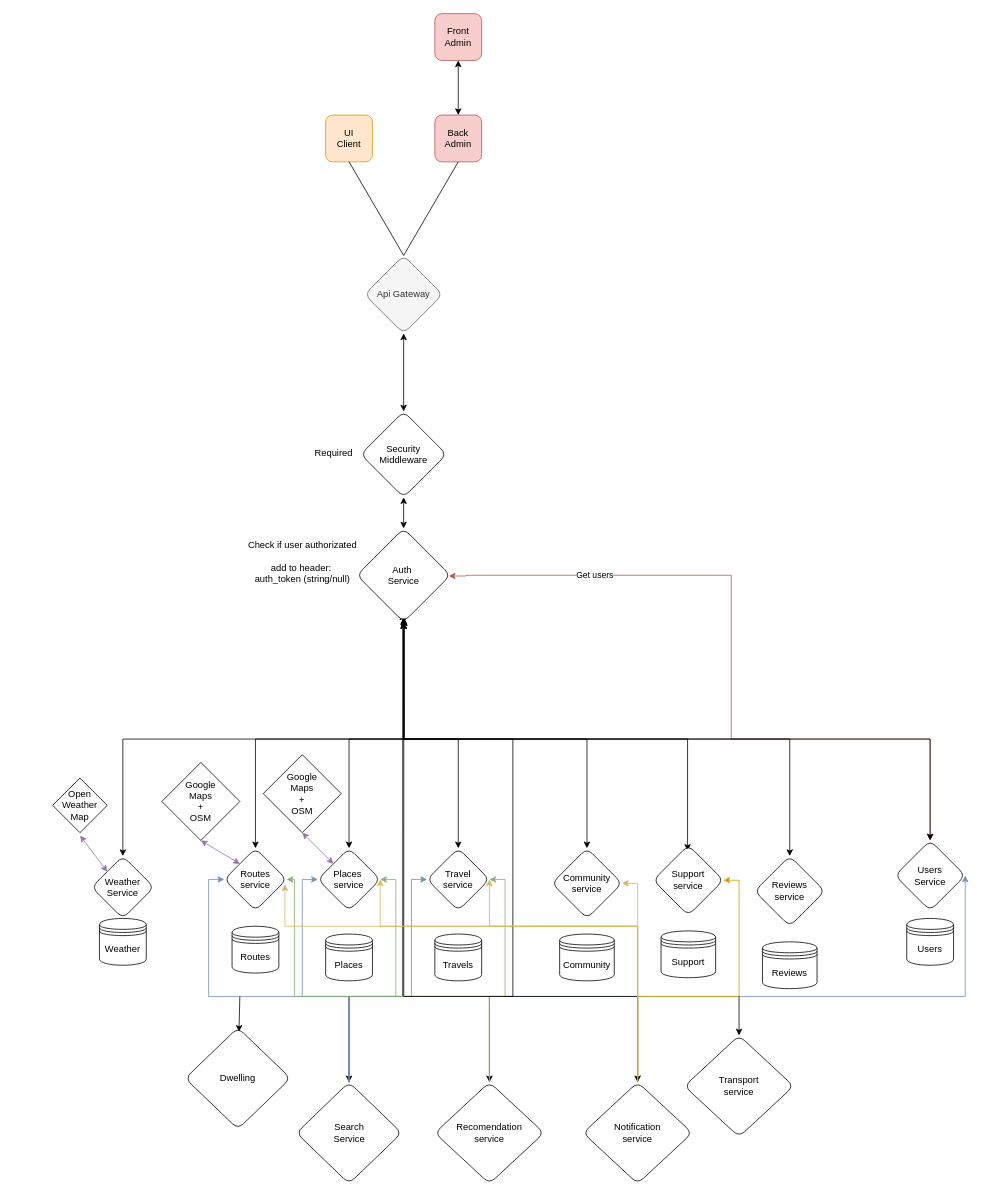
Earlier version of the draw.io diagram page "main" (1 of 2) of devStorage/ArchitectureWorldPath.drawio (AndrewVozniak/WorldPath). Source tidied: cells renumbered, new cells numbered last; positions are measured from the earlier drawing's top-left corner, leaving out a move shared by most shapes. Both pictures are drawn from the tidied source at 78%, with x=0, y=0 at pixel (13, 13).
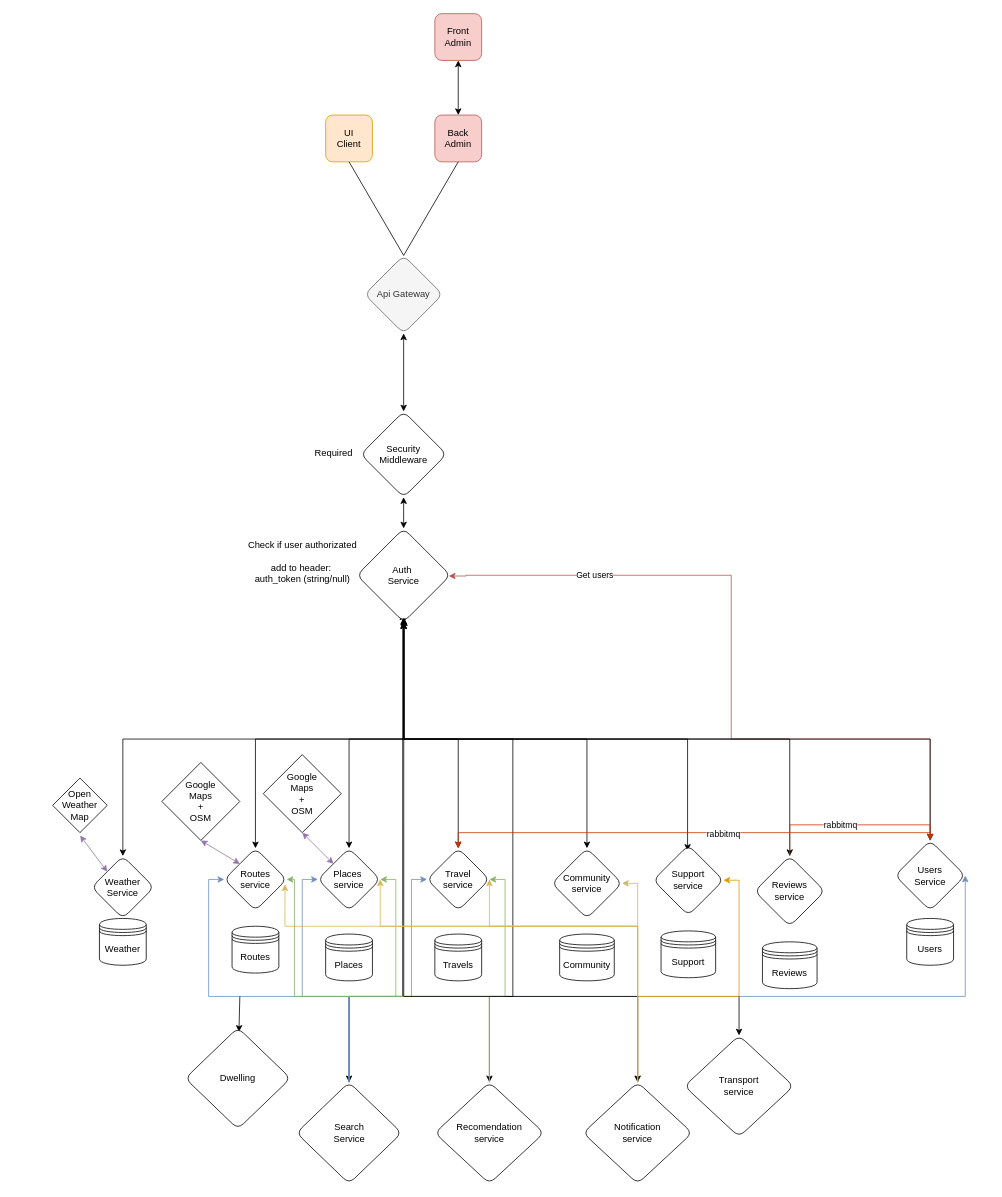
After the change.

Commit message:
Addded rabbitmq

Unchanged cells that the change refers to:
```xml
<mxCell id="21" value="Users&lt;br&gt;Service" style="rhombus;whiteSpace=wrap;html=1;rounded=1;" parent="19" vertex="1">
  <mxGeometry x="10" width="90" height="90" as="geometry" />
</mxCell>
<mxCell id="71" value="Reviews&lt;br&gt;service" style="rhombus;whiteSpace=wrap;html=1;rounded=1;" parent="70" vertex="1">
  <mxGeometry width="90" height="90" as="geometry" />
</mxCell>
```

Diff of the diagram source:
```diff
@@
+    <mxCell id="77" style="edgeStyle=orthogonalEdgeStyle;rounded=0;jettySize=auto;html=1;entryX=0.5;entryY=0;entryDx=0;entryDy=0;fillColor=#fa6800;strokeColor=#C73500;exitX=0.5;exitY=0;exitDx=0;exitDy=0;" parent="1" edge="1" source="71" target="21">
+      <mxGeometry relative="1" as="geometry" />
+    </mxCell>
+    <mxCell id="78" value="rabbitmq" style="edgeLabel;html=1;align=center;verticalAlign=middle;" parent="77" vertex="1">
+      <mxGeometry x="-0.13" y="1" relative="1" as="geometry" />
+    </mxCell>
+    <mxCell id="79" style="edgeStyle=orthogonalEdgeStyle;rounded=0;jettySize=auto;html=1;fillColor=#fa6800;strokeColor=#C73500;exitX=0.5;exitY=0;exitDx=0;exitDy=0;" parent="1" edge="1" source="21">
+      <mxGeometry relative="1" as="geometry">
+        <mxPoint x="570" y="1070" as="targetPoint" />
+        <Array as="points">
+          <mxPoint x="1175" y="1050" />
+          <mxPoint x="570" y="1050" />
+        </Array>
+      </mxGeometry>
+    </mxCell>
+    <mxCell id="80" value="rabbitmq" style="edgeLabel;html=1;align=center;verticalAlign=middle;" parent="79" vertex="1">
+      <mxGeometry x="-0.13" y="1" relative="1" as="geometry" />
+    </mxCell>
```
